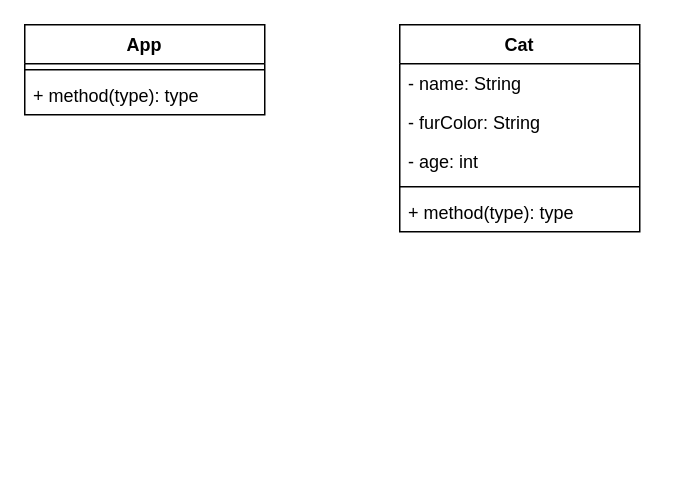
The draw.io diagram Klassendiagramm.drawio in 0-PP-SALP146/02_Klassen_Objekte_01, before the edit. Source tidied: cells renumbered, new cells numbered last; positions are measured from the earlier drawing's top-left corner, leaving out a move shared by most shapes. Both pictures are drawn from the tidied source at 150%, with x=0, y=0 at pixel (24, 24).
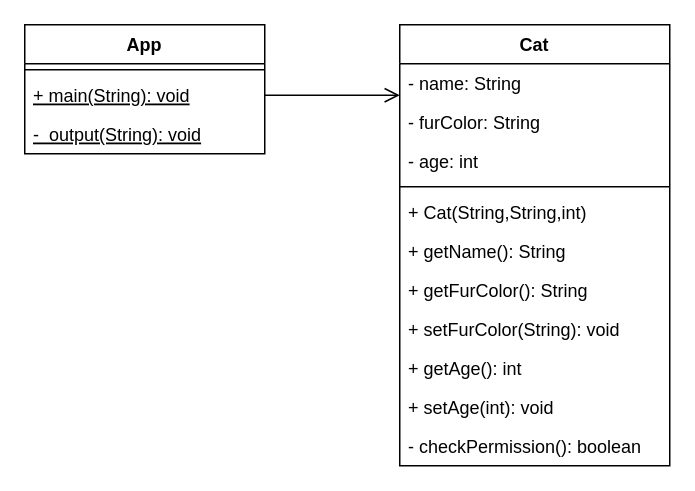
The same page after the edit.

Commit message (it also covers changes not shown here):
02_Klassen_Objekte_01_meineVersion

Change to the diagram source:
```diff
@@
 <mxGraphModel>
   <root>
     <mxCell id="0" />
     <mxCell id="1" parent="0" />
     <mxCell id="2" value="Cat" style="swimlane;fontStyle=1;align=center;verticalAlign=top;horizontal=1;startSize=26;" parent="1" vertex="1">
-      <mxGeometry x="250" width="160" height="138" as="geometry" />
+      <mxGeometry x="250" width="180" height="294" as="geometry" />
     </mxCell>
     <mxCell id="3" value="- name: String" style="text;strokeColor=none;fillColor=none;align=left;verticalAlign=top;spacingLeft=4;spacingRight=4;overflow=hidden;" parent="2" vertex="1">
-      <mxGeometry y="26" width="160" height="26" as="geometry" />
+      <mxGeometry y="26" width="180" height="26" as="geometry" />
     </mxCell>
     <mxCell id="4" value="- furColor: String" style="text;strokeColor=none;fillColor=none;align=left;verticalAlign=top;spacingLeft=4;spacingRight=4;overflow=hidden;" parent="2" vertex="1">
-      <mxGeometry y="52" width="160" height="26" as="geometry" />
+      <mxGeometry y="52" width="180" height="26" as="geometry" />
     </mxCell>
     <mxCell id="5" value="- age: int" style="text;strokeColor=none;fillColor=none;align=left;verticalAlign=top;spacingLeft=4;spacingRight=4;overflow=hidden;" parent="2" vertex="1">
-      <mxGeometry y="78" width="160" height="26" as="geometry" />
+      <mxGeometry y="78" width="180" height="26" as="geometry" />
     </mxCell>
     <mxCell id="6" style="line;strokeWidth=1;fillColor=none;align=left;verticalAlign=middle;spacingTop=-1;spacingLeft=3;spacingRight=3;labelPosition=right;strokeColor=inherit;" parent="2" vertex="1">
-      <mxGeometry y="104" width="160" height="8" as="geometry" />
+      <mxGeometry y="104" width="180" height="8" as="geometry" />
     </mxCell>
-    <mxCell id="7" value="+ method(type): type" style="text;strokeColor=none;fillColor=none;align=left;verticalAlign=top;spacingLeft=4;spacingRight=4;overflow=hidden;" parent="2" vertex="1">
-      <mxGeometry y="112" width="160" height="26" as="geometry" />
+    <mxCell id="7" value="+ Cat(String,String,int)" style="text;strokeColor=none;fillColor=none;align=left;verticalAlign=top;spacingLeft=4;spacingRight=4;overflow=hidden;" parent="2" vertex="1">
+      <mxGeometry y="112" width="180" height="26" as="geometry" />
     </mxCell>
+    <mxCell id="11" value="+ getName(): String" style="text;strokeColor=none;fillColor=none;align=left;verticalAlign=top;spacingLeft=4;spacingRight=4;overflow=hidden;" parent="2" vertex="1">
+      <mxGeometry y="138" width="180" height="26" as="geometry" />
+    </mxCell>
+    <mxCell id="12" value="+ getFurColor(): String" style="text;strokeColor=none;fillColor=none;align=left;verticalAlign=top;spacingLeft=4;spacingRight=4;overflow=hidden;" parent="2" vertex="1">
+      <mxGeometry y="164" width="180" height="26" as="geometry" />
+    </mxCell>
+    <mxCell id="13" value="+ setFurColor(String): void" style="text;strokeColor=none;fillColor=none;align=left;verticalAlign=top;spacingLeft=4;spacingRight=4;overflow=hidden;" parent="2" vertex="1">
+      <mxGeometry y="190" width="180" height="26" as="geometry" />
+    </mxCell>
+    <mxCell id="14" value="+ getAge(): int" style="text;strokeColor=none;fillColor=none;align=left;verticalAlign=top;spacingLeft=4;spacingRight=4;overflow=hidden;" parent="2" vertex="1">
+      <mxGeometry y="216" width="180" height="26" as="geometry" />
+    </mxCell>
+    <mxCell id="15" value="+ setAge(int): void" style="text;strokeColor=none;fillColor=none;align=left;verticalAlign=top;spacingLeft=4;spacingRight=4;overflow=hidden;" parent="2" vertex="1">
+      <mxGeometry y="242" width="180" height="26" as="geometry" />
+    </mxCell>
+    <mxCell id="16" value="- checkPermission(): boolean" style="text;strokeColor=none;fillColor=none;align=left;verticalAlign=top;spacingLeft=4;spacingRight=4;overflow=hidden;" parent="2" vertex="1">
+      <mxGeometry y="268" width="180" height="26" as="geometry" />
+    </mxCell>
     <mxCell id="8" value="App" style="swimlane;fontStyle=1;align=center;verticalAlign=top;horizontal=1;startSize=26;" parent="1" vertex="1">
-      <mxGeometry width="160" height="60" as="geometry" />
+      <mxGeometry width="160" height="86" as="geometry" />
     </mxCell>
     <mxCell id="9" style="line;strokeWidth=1;fillColor=none;align=left;verticalAlign=middle;spacingTop=-1;spacingLeft=3;spacingRight=3;labelPosition=right;strokeColor=inherit;" parent="8" vertex="1">
       <mxGeometry y="26" width="160" height="8" as="geometry" />
     </mxCell>
-    <mxCell id="10" value="+ method(type): type" style="text;strokeColor=none;fillColor=none;align=left;verticalAlign=top;spacingLeft=4;spacingRight=4;overflow=hidden;points=[[0,0.5],[1,0.5]];portConstraint=eastwest;" parent="8" vertex="1">
+    <mxCell id="10" value="+ main(String): void" style="text;strokeColor=none;fillColor=none;align=left;verticalAlign=top;spacingLeft=4;spacingRight=4;overflow=hidden;points=[[0,0.5],[1,0.5]];portConstraint=eastwest;fontStyle=4;" parent="8" vertex="1">
       <mxGeometry y="34" width="160" height="26" as="geometry" />
     </mxCell>
+    <mxCell id="17" value="-  output(String): void" style="text;strokeColor=none;fillColor=none;align=left;verticalAlign=top;spacingLeft=4;spacingRight=4;overflow=hidden;fontStyle=4;" parent="8" vertex="1">
+      <mxGeometry y="60" width="160" height="26" as="geometry" />
+    </mxCell>
+    <mxCell id="18" style="endArrow=open;startArrow=none;endFill=0;startFill=0;endSize=8;html=1;verticalAlign=bottom;labelBackgroundColor=none;strokeWidth=1;exitX=1;exitY=0.5;exitDx=0;exitDy=0;" parent="1" edge="1" source="10">
+      <mxGeometry relative="1" as="geometry">
+        <mxPoint x="250" y="47" as="targetPoint" />
+      </mxGeometry>
+    </mxCell>
   </root>
 </mxGraphModel>
```
